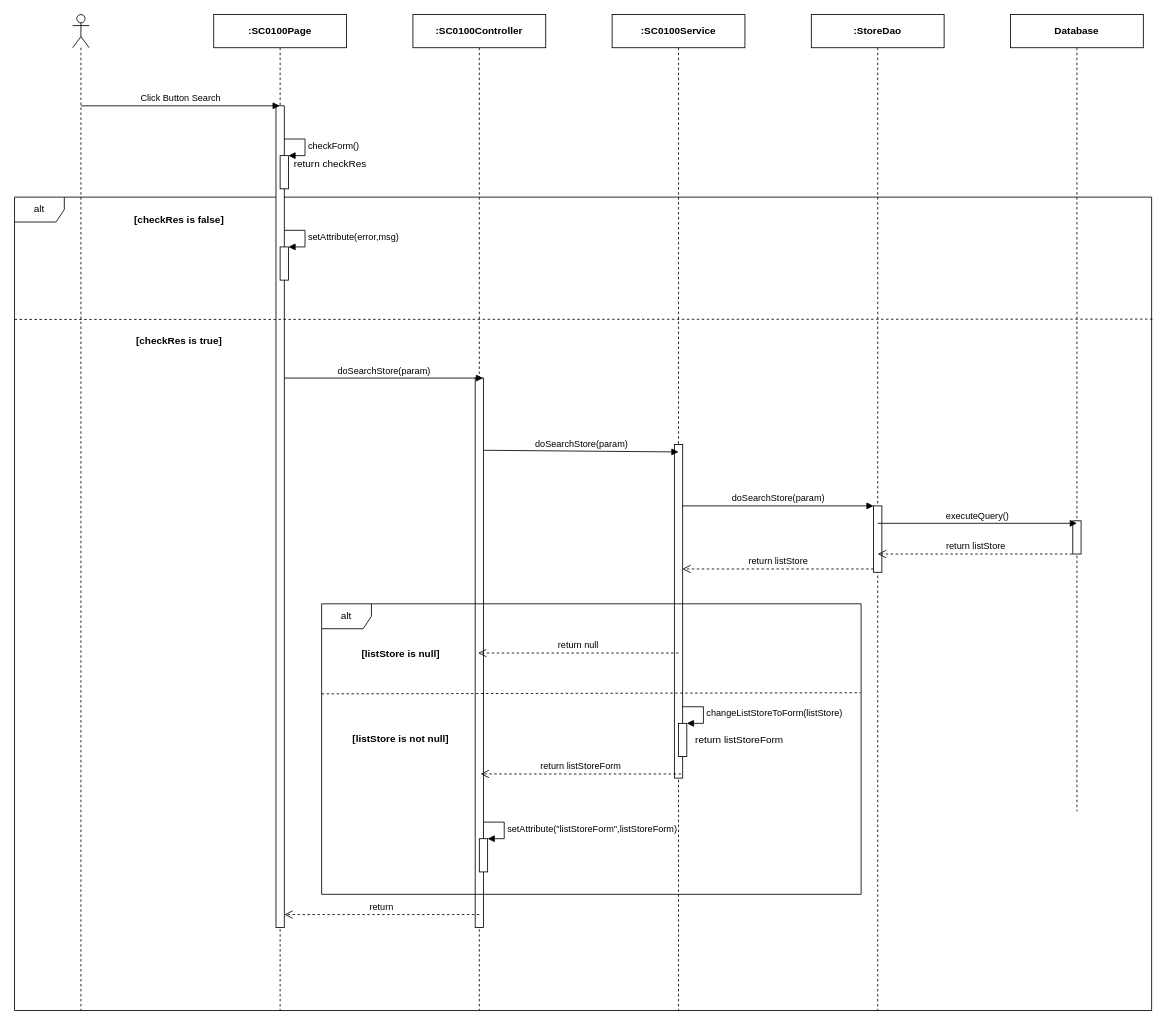
Earlier version of the draw.io diagram page "Ev02" (2 of 4) of 1. Review/SEQ Diagram/sc01/SC0100_StoreManage.drawio (luannmdev/CapstoneDocument). Source tidied: cells renumbered, new cells numbered last; positions are measured from the earlier drawing's top-left corner, leaving out a move shared by most shapes. Both pictures are drawn from the tidied source at 83%, with x=0, y=0 at pixel (14, 14).
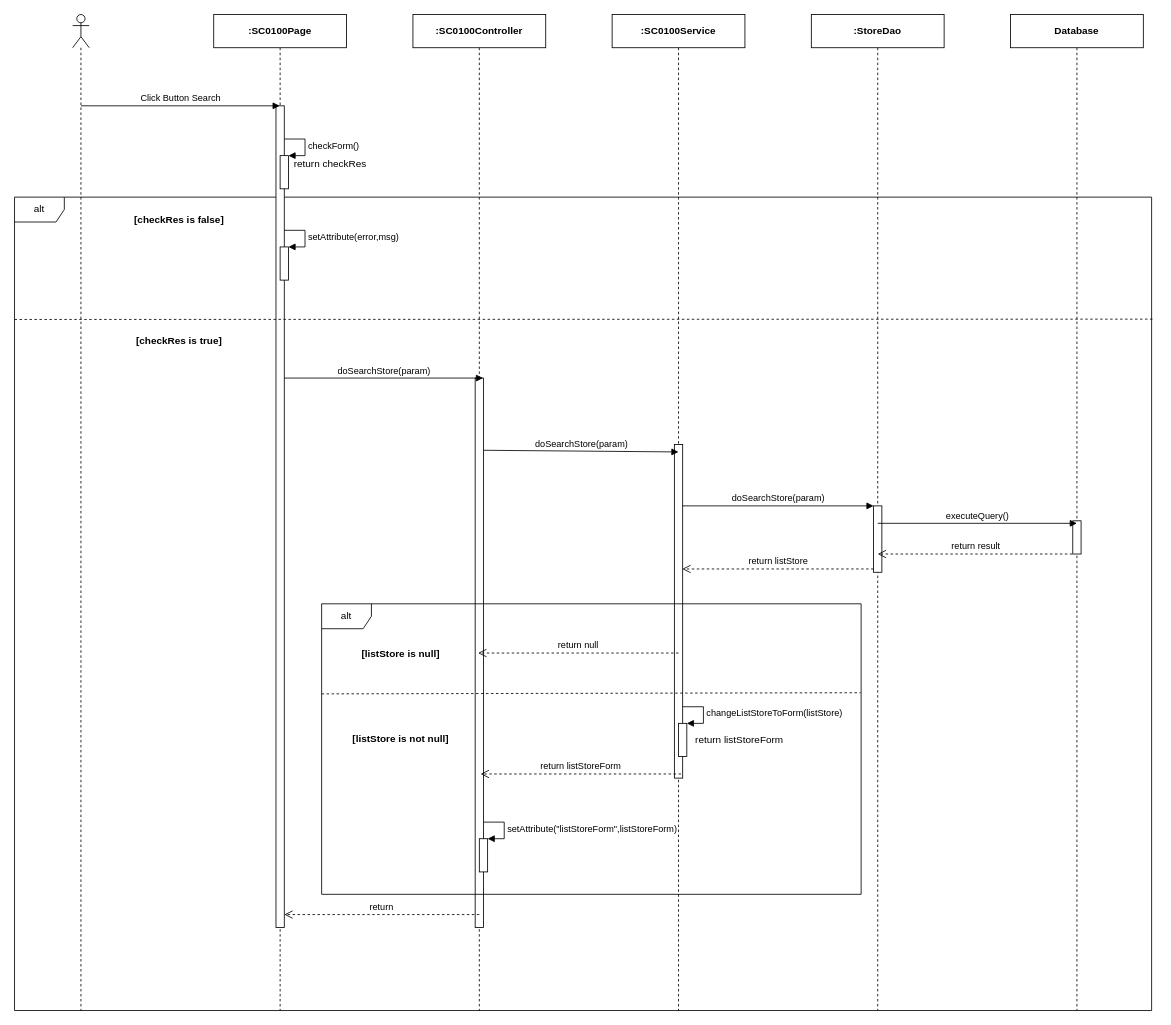
The same diagram, later.

The edit, as a diff of the source:
```diff
@@
     <mxCell id="26" value="&lt;b&gt;Database&lt;/b&gt;" style="shape=umlLifeline;perimeter=lifelinePerimeter;whiteSpace=wrap;html=1;" parent="1" vertex="1">
-      <mxGeometry x="1200" width="160" height="960" as="geometry" />
+      <mxGeometry x="1200" width="160" height="1200" as="geometry" />
     </mxCell>
@@
-    <mxCell id="29" value="return listStore" style="html=1;verticalAlign=bottom;endArrow=open;dashed=1;endSize=8;" parent="1" edge="1">
+    <mxCell id="29" value="return result" style="html=1;verticalAlign=bottom;endArrow=open;dashed=1;endSize=8;" parent="1" edge="1">
       <mxGeometry relative="1" as="geometry">
         <mxPoint x="1274.5" y="650" as="sourcePoint" />
         <mxPoint x="1040" y="650" as="targetPoint" />
       </mxGeometry>
     </mxCell>
```
